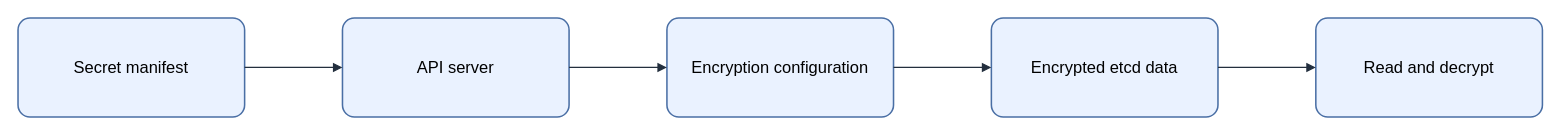
Before: assets/img/kubernetes/etcd-secret-encryption.drawio in KKamJi98/kkamji98.github.io, a draw.io diagram. Source tidied: cells renumbered, new cells numbered last; positions are measured from the earlier drawing's top-left corner, leaving out a move shared by most shapes. Both pictures are drawn from the tidied source at 103%, with x=0, y=0 at pixel (18, 18).
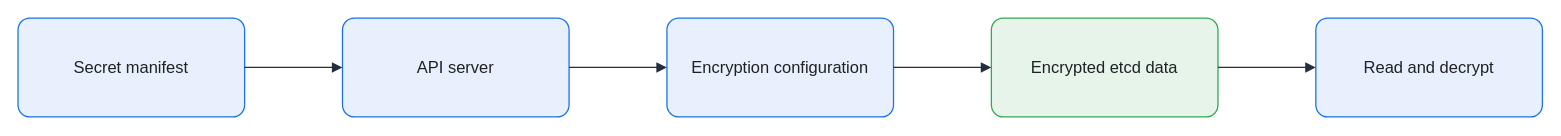
The same diagram, later.

Change to the diagram source:
```diff
@@
 <mxGraphModel background="#FFFFFF">
   <root>
     <mxCell id="0" />
     <mxCell id="1" parent="0" />
-    <mxCell id="2" value="Secret manifest" style="rounded=1;arcSize=12;whiteSpace=wrap;html=0;fillColor=#EAF2FF;strokeColor=#4A6FA5;strokeWidth=1.5;fontColor=#000000;fontSize=16;align=center;verticalAlign=middle;spacing=8;shadow=0;" parent="1" vertex="1">
+    <mxCell id="2" value="Secret manifest" style="rounded=1;arcSize=12;whiteSpace=wrap;html=0;fillColor=#E8F0FE;strokeColor=#1A73E8;strokeWidth=1.25;fontColor=#202124;fontSize=16;align=center;verticalAlign=middle;spacing=8;shadow=0;" parent="1" vertex="1">
       <mxGeometry width="220" height="96" as="geometry" />
     </mxCell>
-    <mxCell id="3" value="API server" style="rounded=1;arcSize=12;whiteSpace=wrap;html=0;fillColor=#EAF2FF;strokeColor=#4A6FA5;strokeWidth=1.5;fontColor=#000000;fontSize=16;align=center;verticalAlign=middle;spacing=8;shadow=0;" parent="1" vertex="1">
+    <mxCell id="3" value="API server" style="rounded=1;arcSize=12;whiteSpace=wrap;html=0;fillColor=#E8F0FE;strokeColor=#1A73E8;strokeWidth=1.25;fontColor=#202124;fontSize=16;align=center;verticalAlign=middle;spacing=8;shadow=0;" parent="1" vertex="1">
       <mxGeometry x="315" width="220" height="96" as="geometry" />
     </mxCell>
-    <mxCell id="4" value="Encryption configuration" style="rounded=1;arcSize=12;whiteSpace=wrap;html=0;fillColor=#EAF2FF;strokeColor=#4A6FA5;strokeWidth=1.5;fontColor=#000000;fontSize=16;align=center;verticalAlign=middle;spacing=8;shadow=0;" parent="1" vertex="1">
+    <mxCell id="4" value="Encryption configuration" style="rounded=1;arcSize=12;whiteSpace=wrap;html=0;fillColor=#E8F0FE;strokeColor=#1A73E8;strokeWidth=1.25;fontColor=#202124;fontSize=16;align=center;verticalAlign=middle;spacing=8;shadow=0;" parent="1" vertex="1">
       <mxGeometry x="630" width="220" height="96" as="geometry" />
     </mxCell>
-    <mxCell id="5" value="Encrypted etcd data" style="rounded=1;arcSize=12;whiteSpace=wrap;html=0;fillColor=#EAF2FF;strokeColor=#4A6FA5;strokeWidth=1.5;fontColor=#000000;fontSize=16;align=center;verticalAlign=middle;spacing=8;shadow=0;" parent="1" vertex="1">
+    <mxCell id="5" value="Encrypted etcd data" style="rounded=1;arcSize=12;whiteSpace=wrap;html=0;fillColor=#E6F4EA;strokeColor=#34A853;strokeWidth=1.25;fontColor=#202124;fontSize=16;align=center;verticalAlign=middle;spacing=8;shadow=0;" parent="1" vertex="1">
       <mxGeometry x="945" width="220" height="96" as="geometry" />
     </mxCell>
-    <mxCell id="6" value="Read and decrypt" style="rounded=1;arcSize=12;whiteSpace=wrap;html=0;fillColor=#EAF2FF;strokeColor=#4A6FA5;strokeWidth=1.5;fontColor=#000000;fontSize=16;align=center;verticalAlign=middle;spacing=8;shadow=0;" parent="1" vertex="1">
+    <mxCell id="6" value="Read and decrypt" style="rounded=1;arcSize=12;whiteSpace=wrap;html=0;fillColor=#E8F0FE;strokeColor=#1A73E8;strokeWidth=1.25;fontColor=#202124;fontSize=16;align=center;verticalAlign=middle;spacing=8;shadow=0;" parent="1" vertex="1">
       <mxGeometry x="1260" width="220" height="96" as="geometry" />
     </mxCell>
-    <mxCell id="7" style="edgeStyle=orthogonalEdgeStyle;rounded=0;jettySize=auto;html=0;endArrow=block;endFill=1;strokeColor=#232F3E;strokeWidth=1.25;fontColor=#000000;labelBackgroundColor=none;exitX=1;exitY=0.5;exitDx=0;exitDy=0;entryX=0;entryY=0.5;entryDx=0;entryDy=0;" parent="1" edge="1" source="2" target="3">
+    <mxCell id="7" style="edgeStyle=orthogonalEdgeStyle;rounded=0;jettySize=auto;html=0;endArrow=block;endFill=1;strokeColor=#232F3E;strokeWidth=1.25;fontColor=#202124;labelBackgroundColor=none;exitX=1;exitY=0.5;exitDx=0;exitDy=0;entryX=0;entryY=0.5;entryDx=0;entryDy=0;endSize=7;" parent="1" edge="1" source="2" target="3">
       <mxGeometry relative="1" as="geometry" />
     </mxCell>
-    <mxCell id="8" style="edgeStyle=orthogonalEdgeStyle;rounded=0;jettySize=auto;html=0;endArrow=block;endFill=1;strokeColor=#232F3E;strokeWidth=1.25;fontColor=#000000;labelBackgroundColor=none;exitX=1;exitY=0.5;exitDx=0;exitDy=0;entryX=0;entryY=0.5;entryDx=0;entryDy=0;" parent="1" edge="1" source="3" target="4">
+    <mxCell id="8" style="edgeStyle=orthogonalEdgeStyle;rounded=0;jettySize=auto;html=0;endArrow=block;endFill=1;strokeColor=#232F3E;strokeWidth=1.25;fontColor=#202124;labelBackgroundColor=none;exitX=1;exitY=0.5;exitDx=0;exitDy=0;entryX=0;entryY=0.5;entryDx=0;entryDy=0;endSize=7;" parent="1" edge="1" source="3" target="4">
       <mxGeometry relative="1" as="geometry" />
     </mxCell>
-    <mxCell id="9" style="edgeStyle=orthogonalEdgeStyle;rounded=0;jettySize=auto;html=0;endArrow=block;endFill=1;strokeColor=#232F3E;strokeWidth=1.25;fontColor=#000000;labelBackgroundColor=none;exitX=1;exitY=0.5;exitDx=0;exitDy=0;entryX=0;entryY=0.5;entryDx=0;entryDy=0;" parent="1" edge="1" source="4" target="5">
+    <mxCell id="9" style="edgeStyle=orthogonalEdgeStyle;rounded=0;jettySize=auto;html=0;endArrow=block;endFill=1;strokeColor=#232F3E;strokeWidth=1.25;fontColor=#202124;labelBackgroundColor=none;exitX=1;exitY=0.5;exitDx=0;exitDy=0;entryX=0;entryY=0.5;entryDx=0;entryDy=0;endSize=7;" parent="1" edge="1" source="4" target="5">
       <mxGeometry relative="1" as="geometry" />
     </mxCell>
-    <mxCell id="10" style="edgeStyle=orthogonalEdgeStyle;rounded=0;jettySize=auto;html=0;endArrow=block;endFill=1;strokeColor=#232F3E;strokeWidth=1.25;fontColor=#000000;labelBackgroundColor=none;exitX=1;exitY=0.5;exitDx=0;exitDy=0;entryX=0;entryY=0.5;entryDx=0;entryDy=0;" parent="1" edge="1" source="5" target="6">
+    <mxCell id="10" style="edgeStyle=orthogonalEdgeStyle;rounded=0;jettySize=auto;html=0;endArrow=block;endFill=1;strokeColor=#232F3E;strokeWidth=1.25;fontColor=#202124;labelBackgroundColor=none;exitX=1;exitY=0.5;exitDx=0;exitDy=0;entryX=0;entryY=0.5;entryDx=0;entryDy=0;endSize=7;" parent="1" edge="1" source="5" target="6">
       <mxGeometry relative="1" as="geometry" />
     </mxCell>
   </root>
 </mxGraphModel>
```
